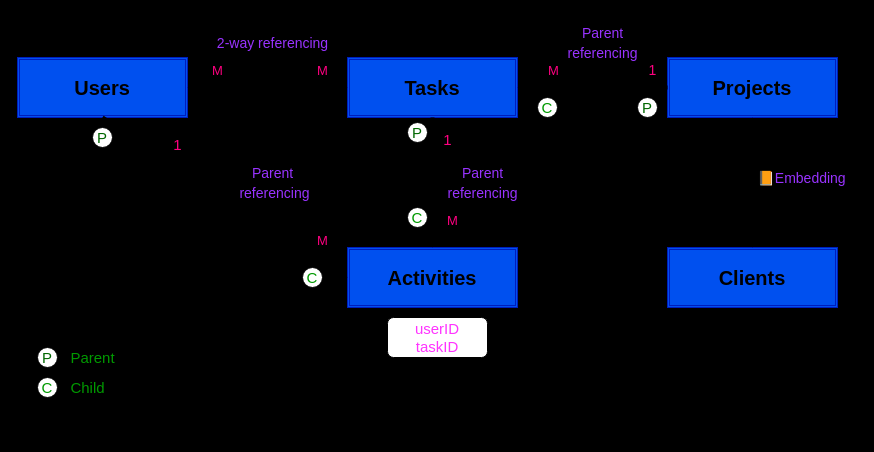
Above: design_db/db_diagram.drawio in AbdallahSalah003/ProjectHub-API (draw.io), before the change. Source tidied: cells renumbered, new cells numbered last; positions are measured from the earlier drawing's top-left corner, leaving out a move shared by most shapes. Both pictures are drawn from the tidied source at 100%, with x=0, y=0 at pixel (17, 17).
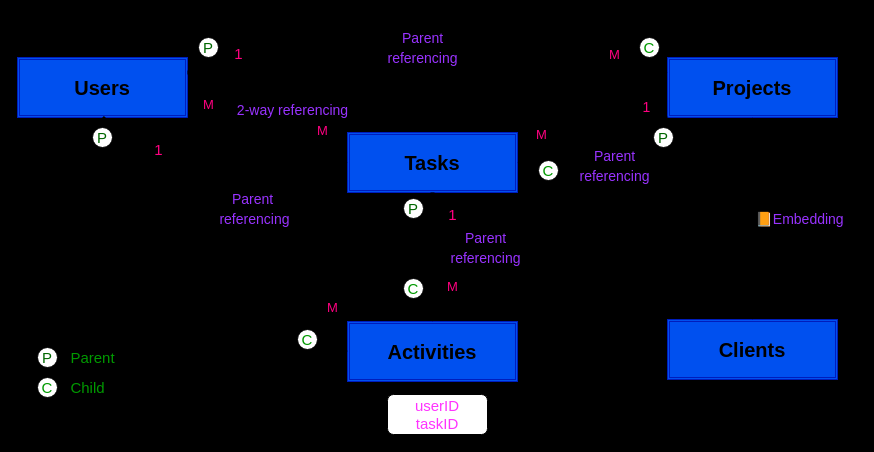
The same diagram, later.

The change refers to these unchanged cells:
```xml
<mxCell id="2" value="&lt;b&gt;&lt;font color=&quot;#000000&quot; style=&quot;font-size: 20px;&quot;&gt;Users&lt;/font&gt;&lt;/b&gt;" style="shape=ext;double=1;rounded=0;whiteSpace=wrap;html=1;fillColor=#0050ef;fontColor=#ffffff;strokeColor=#001DBC;" parent="1" vertex="1">
  <mxGeometry y="40" width="170" height="60" as="geometry" />
</mxCell>
<mxCell id="4" value="&lt;b&gt;&lt;font color=&quot;#000000&quot; style=&quot;font-size: 20px;&quot;&gt;Projects&lt;/font&gt;&lt;/b&gt;" style="shape=ext;double=1;rounded=0;whiteSpace=wrap;html=1;fillColor=#0050ef;fontColor=#ffffff;strokeColor=#001DBC;" parent="1" vertex="1">
  <mxGeometry x="650" y="40" width="170" height="60" as="geometry" />
</mxCell>
```

The edit, as a diff of the source:
```diff
@@
     <mxCell id="3" value="&lt;b&gt;&lt;font color=&quot;#000000&quot; style=&quot;font-size: 20px;&quot;&gt;Tasks&lt;/font&gt;&lt;/b&gt;" style="shape=ext;double=1;rounded=0;whiteSpace=wrap;html=1;fillColor=#0050ef;fontColor=#ffffff;strokeColor=#001DBC;" parent="1" vertex="1">
-      <mxGeometry x="330" y="40" width="170" height="60" as="geometry" />
+      <mxGeometry x="330" y="115" width="170" height="60" as="geometry" />
     </mxCell>
@@
     <mxCell id="5" value="&lt;font color=&quot;#000000&quot;&gt;&lt;span style=&quot;font-size: 20px;&quot;&gt;&lt;b&gt;Activities&lt;br&gt;&lt;/b&gt;&lt;/span&gt;&lt;/font&gt;" style="shape=ext;double=1;rounded=0;whiteSpace=wrap;html=1;fillColor=#0050ef;fontColor=#ffffff;strokeColor=#001DBC;" parent="1" vertex="1">
-      <mxGeometry x="330" y="230" width="170" height="60" as="geometry" />
+      <mxGeometry x="330" y="304" width="170" height="60" as="geometry" />
     </mxCell>
-    <mxCell id="6" style="endArrow=classic;html=1;fontSize=20;fontColor=#000000;exitX=0;exitY=0.5;exitDx=0;exitDy=0;entryX=1;entryY=0.5;entryDx=0;entryDy=0;curved=1;strokeWidth=4;" parent="1" edge="1" source="4" target="3">
+    <mxCell id="6" style="endArrow=classic;html=1;fontSize=20;fontColor=#000000;entryX=1;entryY=0.5;entryDx=0;entryDy=0;curved=1;strokeWidth=4;exitX=0;exitY=1;exitDx=0;exitDy=0;" parent="1" edge="1" source="4" target="3">
       <mxGeometry relative="1" as="geometry" />
     </mxCell>
-    <mxCell id="7" style="endArrow=classic;startArrow=classic;html=1;strokeWidth=4;fontSize=20;fontColor=#000000;curved=1;exitX=1;exitY=0.5;exitDx=0;exitDy=0;entryX=0;entryY=0.5;entryDx=0;entryDy=0;shadow=0;" parent="1" edge="1" source="2" target="3">
+    <mxCell id="7" style="endArrow=classic;startArrow=classic;html=1;strokeWidth=4;fontSize=20;fontColor=#000000;curved=1;exitX=1;exitY=1;exitDx=0;exitDy=0;entryX=0;entryY=0.5;entryDx=0;entryDy=0;shadow=0;" parent="1" edge="1" source="2" target="3">
       <mxGeometry relative="1" as="geometry" />
     </mxCell>
@@
     <mxCell id="10" value="&lt;font style=&quot;font-size: 13px;&quot; color=&quot;#ff0080&quot;&gt;M&lt;/font&gt;" style="text;html=1;align=center;verticalAlign=middle;strokeColor=none;fillColor=none;fontSize=20;fontColor=#000000;" parent="1" vertex="1">
-      <mxGeometry x="185" y="30" width="30" height="40" as="geometry" />
+      <mxGeometry x="176" y="64" width="30" height="40" as="geometry" />
     </mxCell>
     <mxCell id="11" value="&lt;font style=&quot;font-size: 13px;&quot; color=&quot;#ff0080&quot;&gt;M&lt;/font&gt;" style="text;html=1;align=center;verticalAlign=middle;strokeColor=none;fillColor=none;fontSize=20;fontColor=#000000;" parent="1" vertex="1">
-      <mxGeometry x="290" y="30" width="30" height="40" as="geometry" />
+      <mxGeometry x="290" y="90" width="30" height="40" as="geometry" />
     </mxCell>
     <mxCell id="12" value="&lt;font style=&quot;font-size: 14px;&quot; color=&quot;#ff0080&quot;&gt;1&lt;/font&gt;" style="text;html=1;align=center;verticalAlign=middle;strokeColor=none;fillColor=none;fontSize=20;fontColor=#000000;" parent="1" vertex="1">
-      <mxGeometry x="620" y="30" width="30" height="40" as="geometry" />
+      <mxGeometry x="614" y="67" width="30" height="40" as="geometry" />
     </mxCell>
     <mxCell id="13" value="&lt;font style=&quot;font-size: 13px;&quot; color=&quot;#ff0080&quot;&gt;M&lt;/font&gt;" style="text;html=1;align=center;verticalAlign=middle;strokeColor=none;fillColor=none;fontSize=20;fontColor=#000000;" parent="1" vertex="1">
-      <mxGeometry x="420" y="180" width="30" height="40" as="geometry" />
+      <mxGeometry x="420" y="246" width="30" height="40" as="geometry" />
     </mxCell>
     <mxCell id="14" value="&lt;font style=&quot;font-size: 15px;&quot; color=&quot;#ff0080&quot;&gt;1&lt;/font&gt;" style="text;html=1;align=center;verticalAlign=middle;strokeColor=none;fillColor=none;fontSize=20;fontColor=#000000;" parent="1" vertex="1">
-      <mxGeometry x="415" y="100" width="30" height="40" as="geometry" />
+      <mxGeometry x="420" y="175" width="30" height="40" as="geometry" />
     </mxCell>
     <mxCell id="15" value="&lt;font style=&quot;font-size: 15px;&quot; color=&quot;#ff0080&quot;&gt;1&lt;/font&gt;" style="text;html=1;align=center;verticalAlign=middle;strokeColor=none;fillColor=none;fontSize=20;fontColor=#000000;" parent="1" vertex="1">
-      <mxGeometry x="145" y="105" width="30" height="40" as="geometry" />
+      <mxGeometry x="126" y="110" width="30" height="40" as="geometry" />
     </mxCell>
     <mxCell id="16" value="&lt;font style=&quot;font-size: 13px;&quot; color=&quot;#ff0080&quot;&gt;M&lt;/font&gt;" style="text;html=1;align=center;verticalAlign=middle;strokeColor=none;fillColor=none;fontSize=20;fontColor=#000000;" parent="1" vertex="1">
-      <mxGeometry x="521" y="32" width="29" height="36" as="geometry" />
+      <mxGeometry x="509" y="96" width="29" height="36" as="geometry" />
     </mxCell>
     <mxCell id="17" value="&lt;font style=&quot;font-size: 13px;&quot; color=&quot;#ff0080&quot;&gt;M&lt;/font&gt;" style="text;html=1;align=center;verticalAlign=middle;strokeColor=none;fillColor=none;fontSize=20;fontColor=#000000;" parent="1" vertex="1">
-      <mxGeometry x="290" y="200" width="30" height="40" as="geometry" />
+      <mxGeometry x="300" y="267" width="30" height="40" as="geometry" />
     </mxCell>
     <mxCell id="18" value="&lt;font style=&quot;font-size: 14px;&quot; color=&quot;#9933ff&quot;&gt;📙Embedding&lt;/font&gt;" style="text;html=1;align=center;verticalAlign=middle;strokeColor=none;fillColor=none;fontSize=16;fontColor=#FF0080;" parent="1" vertex="1">
-      <mxGeometry x="729" y="145" width="110" height="30" as="geometry" />
+      <mxGeometry x="727" y="186" width="110" height="30" as="geometry" />
     </mxCell>
     <mxCell id="19" value="&lt;font style=&quot;font-size: 14px;&quot; color=&quot;#9933ff&quot;&gt;2-way referencing&lt;/font&gt;" style="text;html=1;align=center;verticalAlign=middle;strokeColor=none;fillColor=none;fontSize=16;fontColor=#FF0080;" parent="1" vertex="1">
-      <mxGeometry x="190" y="10" width="130" height="30" as="geometry" />
+      <mxGeometry x="210" y="77" width="130" height="30" as="geometry" />
     </mxCell>
     <mxCell id="20" value="&lt;font color=&quot;#9933ff&quot;&gt;&lt;span style=&quot;font-size: 14px;&quot;&gt;Parent &lt;br&gt;referencing&lt;/span&gt;&lt;/font&gt;" style="text;html=1;align=center;verticalAlign=middle;strokeColor=none;fillColor=none;fontSize=16;fontColor=#FF0080;" parent="1" vertex="1">
-      <mxGeometry x="420" y="140" width="90" height="50" as="geometry" />
+      <mxGeometry x="423" y="205" width="90" height="50" as="geometry" />
     </mxCell>
     <mxCell id="21" value="&lt;font color=&quot;#9933ff&quot;&gt;&lt;span style=&quot;font-size: 14px;&quot;&gt;Parent&lt;br&gt;&amp;nbsp;referencing&lt;/span&gt;&lt;/font&gt;" style="text;html=1;align=center;verticalAlign=middle;strokeColor=none;fillColor=none;fontSize=16;fontColor=#FF0080;" parent="1" vertex="1">
-      <mxGeometry x="205" y="140" width="100" height="50" as="geometry" />
+      <mxGeometry x="185" y="166" width="100" height="50" as="geometry" />
     </mxCell>
     <mxCell id="22" value="&lt;font color=&quot;#ff33ff&quot;&gt;userID&lt;br&gt;taskID&lt;/font&gt;" style="rounded=1;whiteSpace=wrap;html=1;fontSize=15;fontColor=#9933FF;" parent="1" vertex="1">
-      <mxGeometry x="370" y="300" width="100" height="40" as="geometry" />
+      <mxGeometry x="370" y="377" width="100" height="40" as="geometry" />
     </mxCell>
@@
     <mxCell id="27" value="&lt;font color=&quot;#009900&quot;&gt;C&lt;/font&gt;" style="ellipse;whiteSpace=wrap;html=1;fontSize=15;fontColor=#FF33FF;fillColor=#FFFFFF;" parent="1" vertex="1">
-      <mxGeometry x="390" y="190" width="20" height="20" as="geometry" />
+      <mxGeometry x="386" y="261" width="20" height="20" as="geometry" />
     </mxCell>
     <mxCell id="28" value="&lt;font color=&quot;#009900&quot;&gt;C&lt;/font&gt;" style="ellipse;whiteSpace=wrap;html=1;fontSize=15;fontColor=#FF33FF;fillColor=#FFFFFF;" parent="1" vertex="1">
-      <mxGeometry x="520" y="80" width="20" height="20" as="geometry" />
+      <mxGeometry x="521" y="143" width="20" height="20" as="geometry" />
     </mxCell>
     <mxCell id="29" value="&lt;font color=&quot;#009900&quot;&gt;C&lt;/font&gt;" style="ellipse;whiteSpace=wrap;html=1;fontSize=15;fontColor=#FF33FF;fillColor=#FFFFFF;" parent="1" vertex="1">
-      <mxGeometry x="285" y="250" width="20" height="20" as="geometry" />
+      <mxGeometry x="280" y="312" width="20" height="20" as="geometry" />
     </mxCell>
@@
     <mxCell id="31" value="&lt;font color=&quot;#006600&quot;&gt;P&lt;/font&gt;" style="ellipse;whiteSpace=wrap;html=1;fontSize=15;fontColor=#FF33FF;fillStyle=auto;fillColor=#FFFFFF;" parent="1" vertex="1">
-      <mxGeometry x="390" y="105" width="20" height="20" as="geometry" />
+      <mxGeometry x="386" y="181" width="20" height="20" as="geometry" />
     </mxCell>
     <mxCell id="32" value="&lt;font color=&quot;#006600&quot;&gt;P&lt;/font&gt;" style="ellipse;whiteSpace=wrap;html=1;fontSize=15;fontColor=#FF33FF;fillStyle=auto;fillColor=#FFFFFF;" parent="1" vertex="1">
-      <mxGeometry x="620" y="80" width="20" height="20" as="geometry" />
+      <mxGeometry x="636" y="110" width="20" height="20" as="geometry" />
     </mxCell>
     <mxCell id="33" value="&lt;b&gt;&lt;font color=&quot;#000000&quot; style=&quot;font-size: 20px;&quot;&gt;Clients&lt;/font&gt;&lt;/b&gt;" style="shape=ext;double=1;rounded=0;whiteSpace=wrap;html=1;fillColor=#0050ef;fontColor=#ffffff;strokeColor=#001DBC;" parent="1" vertex="1">
-      <mxGeometry x="650" y="230" width="170" height="60" as="geometry" />
+      <mxGeometry x="650" y="302" width="170" height="60" as="geometry" />
     </mxCell>
     <mxCell id="34" value="&lt;font color=&quot;#9933ff&quot;&gt;&lt;span style=&quot;font-size: 14px;&quot;&gt;Parent &lt;br&gt;referencing&lt;/span&gt;&lt;/font&gt;" style="text;html=1;align=center;verticalAlign=middle;strokeColor=none;fillColor=none;fontSize=16;fontColor=#FF0080;" parent="1" vertex="1">
-      <mxGeometry x="540" width="90" height="50" as="geometry" />
+      <mxGeometry x="552" y="123" width="90" height="50" as="geometry" />
     </mxCell>
@@
+    <mxCell id="36" style="endArrow=classic;html=1;fontSize=20;fontColor=#000000;exitX=1;exitY=0.25;exitDx=0;exitDy=0;curved=1;strokeWidth=4;entryX=0;entryY=0.25;entryDx=0;entryDy=0;" parent="1" edge="1" source="2" target="4">
+      <mxGeometry relative="1" as="geometry" />
+    </mxCell>
+    <mxCell id="37" value="&lt;font color=&quot;#9933ff&quot;&gt;&lt;span style=&quot;font-size: 14px;&quot;&gt;Parent &lt;br&gt;referencing&lt;/span&gt;&lt;/font&gt;" style="text;html=1;align=center;verticalAlign=middle;strokeColor=none;fillColor=none;fontSize=16;fontColor=#FF0080;" parent="1" vertex="1">
+      <mxGeometry x="360" y="5" width="90" height="50" as="geometry" />
+    </mxCell>
+    <mxCell id="38" value="&lt;font style=&quot;font-size: 15px;&quot; color=&quot;#ff0080&quot;&gt;1&lt;/font&gt;" style="text;html=1;align=center;verticalAlign=middle;strokeColor=none;fillColor=none;fontSize=20;fontColor=#000000;" parent="1" vertex="1">
+      <mxGeometry x="206" y="14" width="30" height="40" as="geometry" />
+    </mxCell>
+    <mxCell id="39" value="&lt;font style=&quot;font-size: 13px;&quot; color=&quot;#ff0080&quot;&gt;M&lt;/font&gt;" style="text;html=1;align=center;verticalAlign=middle;strokeColor=none;fillColor=none;fontSize=20;fontColor=#000000;" parent="1" vertex="1">
+      <mxGeometry x="582" y="14" width="30" height="40" as="geometry" />
+    </mxCell>
+    <mxCell id="40" value="&lt;font color=&quot;#009900&quot;&gt;C&lt;/font&gt;" style="ellipse;whiteSpace=wrap;html=1;fontSize=15;fontColor=#FF33FF;fillColor=#FFFFFF;" parent="1" vertex="1">
+      <mxGeometry x="622" y="20" width="20" height="20" as="geometry" />
+    </mxCell>
+    <mxCell id="41" value="&lt;font color=&quot;#006600&quot;&gt;P&lt;/font&gt;" style="ellipse;whiteSpace=wrap;html=1;fontSize=15;fontColor=#FF33FF;fillStyle=auto;fillColor=#FFFFFF;" parent="1" vertex="1">
+      <mxGeometry x="181" y="20" width="20" height="20" as="geometry" />
+    </mxCell>
```
